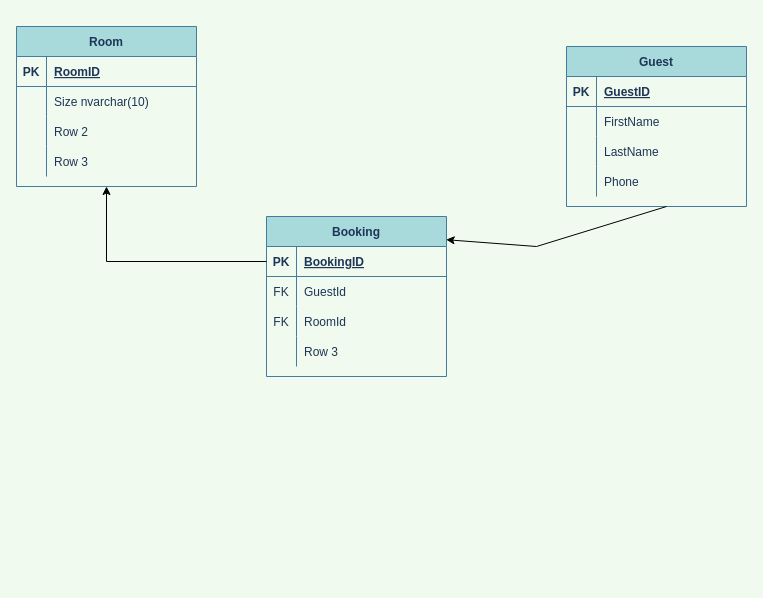
The draw.io diagram Extra files/HotellModellering.drawio in Malinwtz/HotelBooking, before the edit. Source tidied: cells renumbered, new cells numbered last; positions are measured from the earlier drawing's top-left corner, leaving out a move shared by most shapes. Both pictures are drawn from the tidied source at 100%, with x=0, y=0 at pixel (16, 26).
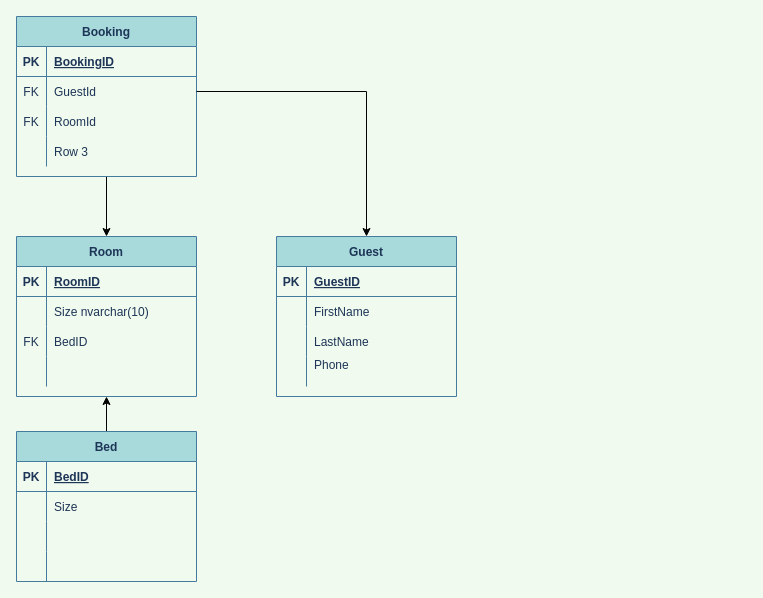
The same page after the edit.

The change refers to these unchanged cells:
```xml
<mxCell id="9" style="shape=tableRow;horizontal=0;startSize=0;swimlaneHead=0;swimlaneBody=0;fillColor=none;top=0;left=0;right=0;bottom=0;fontColor=#1D3557;strokeColor=#457B9D;" parent="2" vertex="1">
  <mxGeometry y="90" width="180" height="30" as="geometry" />
</mxCell>
<mxCell id="12" style="shape=tableRow;horizontal=0;startSize=0;swimlaneHead=0;swimlaneBody=0;fillColor=none;top=0;left=0;right=0;bottom=0;fontColor=#1D3557;strokeColor=#457B9D;" parent="2" vertex="1">
  <mxGeometry y="120" width="180" height="30" as="geometry" />
</mxCell>
<mxCell id="25" style="shape=tableRow;horizontal=0;startSize=0;swimlaneHead=0;swimlaneBody=0;fillColor=none;top=0;left=0;right=0;bottom=0;fontColor=#1D3557;strokeColor=#457B9D;" parent="15" vertex="1">
  <mxGeometry y="120" width="180" height="30" as="geometry" />
</mxCell>
<mxCell id="29" style="shape=tableRow;horizontal=0;startSize=0;swimlaneHead=0;swimlaneBody=0;fillColor=none;points=[[0,0.5],[1,0.5]];portConstraint=eastwest;top=0;left=0;right=0;bottom=1;fontColor=#1D3557;strokeColor=#457B9D;" parent="28" vertex="1">
  <mxGeometry y="30" width="180" height="30" as="geometry" />
</mxCell>
<mxCell id="32" style="shape=tableRow;horizontal=0;startSize=0;swimlaneHead=0;swimlaneBody=0;fillColor=none;points=[[0,0.5],[1,0.5]];portConstraint=eastwest;top=0;left=0;right=0;bottom=0;fontColor=#1D3557;strokeColor=#457B9D;" parent="28" vertex="1">
  <mxGeometry y="60" width="180" height="30" as="geometry" />
</mxCell>
```

What changed in the source:
```diff
@@
     <mxCell id="2" value="Room" style="shape=table;startSize=30;childLayout=tableLayout;rowLines=0;fontStyle=1;align=center;fontColor=#1D3557;strokeColor=#457B9D;fillColor=#A8DADC;" parent="1" vertex="1">
-      <mxGeometry width="180" height="160" as="geometry" />
+      <mxGeometry y="210" width="180" height="160" as="geometry" />
     </mxCell>
@@
-    <mxCell id="10" style="shape=partialRectangle;fillColor=none;top=0;left=0;bottom=0;right=0;overflow=hidden;fontColor=#1D3557;strokeColor=#457B9D;" parent="9" vertex="1">
+    <mxCell id="10" value="FK" style="shape=partialRectangle;fillColor=none;top=0;left=0;bottom=0;right=0;overflow=hidden;fontColor=#1D3557;strokeColor=#457B9D;" parent="9" vertex="1">
       <mxGeometry width="30" height="30" as="geometry" />
     </mxCell>
-    <mxCell id="11" value="Row 2" style="shape=partialRectangle;fillColor=none;top=0;left=0;bottom=0;right=0;align=left;spacingLeft=6;overflow=hidden;fontColor=#1D3557;strokeColor=#457B9D;" parent="9" vertex="1">
+    <mxCell id="11" value="BedID" style="shape=partialRectangle;fillColor=none;top=0;left=0;bottom=0;right=0;align=left;spacingLeft=6;overflow=hidden;fontColor=#1D3557;strokeColor=#457B9D;" parent="9" vertex="1">
       <mxGeometry x="30" width="150" height="30" as="geometry" />
     </mxCell>
@@
-    <mxCell id="14" value="Row 3" style="shape=partialRectangle;fillColor=none;top=0;left=0;bottom=0;right=0;align=left;spacingLeft=6;overflow=hidden;fontColor=#1D3557;strokeColor=#457B9D;" parent="12" vertex="1">
+    <mxCell id="14" style="shape=partialRectangle;fillColor=none;top=0;left=0;bottom=0;right=0;align=left;spacingLeft=6;overflow=hidden;fontColor=#1D3557;strokeColor=#457B9D;" parent="12" vertex="1">
       <mxGeometry x="30" width="150" height="30" as="geometry" />
     </mxCell>
     <mxCell id="15" value="Guest" style="shape=table;startSize=30;childLayout=tableLayout;rowLines=0;fontStyle=1;align=center;fontColor=#1D3557;strokeColor=#457B9D;fillColor=#A8DADC;" parent="1" vertex="1">
-      <mxGeometry x="550" y="20" width="180" height="160" as="geometry" />
+      <mxGeometry x="260" y="210" width="180" height="160" as="geometry" />
     </mxCell>
@@
-    <mxCell id="27" value="Phone" style="shape=partialRectangle;fillColor=none;top=0;left=0;bottom=0;right=0;align=left;spacingLeft=6;overflow=hidden;fontColor=#1D3557;strokeColor=#457B9D;" parent="25" vertex="1">
+    <mxCell id="27" value="Phone&#10;" style="shape=partialRectangle;fillColor=none;top=0;left=0;bottom=0;right=0;align=left;spacingLeft=6;overflow=hidden;fontColor=#1D3557;strokeColor=#457B9D;" parent="25" vertex="1">
       <mxGeometry x="30" width="150" height="30" as="geometry" />
     </mxCell>
+    <mxCell id="43" style="edgeStyle=orthogonalEdgeStyle;rounded=0;jettySize=auto;html=1;entryX=0.5;entryY=0;entryDx=0;entryDy=0;" parent="1" edge="1" source="28" target="2">
+      <mxGeometry relative="1" as="geometry" />
+    </mxCell>
     <mxCell id="28" value="Booking" style="shape=table;startSize=30;childLayout=tableLayout;rowLines=0;fontStyle=1;align=center;fontColor=#1D3557;strokeColor=#457B9D;fillColor=#A8DADC;" parent="1" vertex="1">
-      <mxGeometry x="250" y="190" width="180" height="160" as="geometry" />
+      <mxGeometry y="-10" width="180" height="160" as="geometry" />
     </mxCell>
@@
-    <mxCell id="41" style="edgeStyle=orthogonalEdgeStyle;rounded=0;jettySize=auto;html=1;entryX=0.5;entryY=1;entryDx=0;entryDy=0;" parent="1" edge="1" source="29" target="2">
-      <mxGeometry relative="1" as="geometry" />
-    </mxCell>
-    <mxCell id="42" style="endArrow=classic;html=1;rounded=0;entryX=0.998;entryY=0.145;entryDx=0;entryDy=0;entryPerimeter=0;" parent="1" edge="1" target="28">
-      <mxGeometry relative="1" as="geometry">
-        <mxPoint x="650" y="180" as="sourcePoint" />
-        <Array as="points">
-          <mxPoint x="520" y="220" />
-        </Array>
-      </mxGeometry>
-    </mxCell>
+    <mxCell id="44" style="edgeStyle=orthogonalEdgeStyle;rounded=0;jettySize=auto;html=1;entryX=0.5;entryY=1;entryDx=0;entryDy=0;" parent="1" edge="1" source="45" target="2">
+      <mxGeometry relative="1" as="geometry" />
+    </mxCell>
+    <mxCell id="45" value="Bed" style="shape=table;startSize=30;childLayout=tableLayout;rowLines=0;fontStyle=1;align=center;fontColor=#1D3557;strokeColor=#457B9D;fillColor=#A8DADC;" parent="1" vertex="1">
+      <mxGeometry y="405" width="180" height="150" as="geometry" />
+    </mxCell>
+    <mxCell id="46" style="shape=tableRow;horizontal=0;startSize=0;swimlaneHead=0;swimlaneBody=0;fillColor=none;top=0;left=0;right=0;bottom=1;fontColor=#1D3557;strokeColor=#457B9D;" parent="45" vertex="1">
+      <mxGeometry y="30" width="180" height="30" as="geometry" />
+    </mxCell>
+    <mxCell id="47" value="PK" style="shape=partialRectangle;fillColor=none;top=0;left=0;bottom=0;right=0;fontStyle=1;overflow=hidden;fontColor=#1D3557;strokeColor=#457B9D;" parent="46" vertex="1">
+      <mxGeometry width="30" height="30" as="geometry" />
+    </mxCell>
+    <mxCell id="48" value="BedID" style="shape=partialRectangle;fillColor=none;top=0;left=0;bottom=0;right=0;align=left;spacingLeft=6;fontStyle=5;overflow=hidden;fontColor=#1D3557;strokeColor=#457B9D;" parent="46" vertex="1">
+      <mxGeometry x="30" width="150" height="30" as="geometry" />
+    </mxCell>
+    <mxCell id="49" style="shape=tableRow;horizontal=0;startSize=0;swimlaneHead=0;swimlaneBody=0;fillColor=none;top=0;left=0;right=0;bottom=0;fontColor=#1D3557;strokeColor=#457B9D;" parent="45" vertex="1">
+      <mxGeometry y="60" width="180" height="30" as="geometry" />
+    </mxCell>
+    <mxCell id="50" style="shape=partialRectangle;fillColor=none;top=0;left=0;bottom=0;right=0;overflow=hidden;fontColor=#1D3557;strokeColor=#457B9D;" parent="49" vertex="1">
+      <mxGeometry width="30" height="30" as="geometry" />
+    </mxCell>
+    <mxCell id="51" value="Size" style="shape=partialRectangle;fillColor=none;top=0;left=0;bottom=0;right=0;align=left;spacingLeft=6;overflow=hidden;fontColor=#1D3557;strokeColor=#457B9D;" parent="49" vertex="1">
+      <mxGeometry x="30" width="150" height="30" as="geometry" />
+    </mxCell>
+    <mxCell id="52" style="shape=tableRow;horizontal=0;startSize=0;swimlaneHead=0;swimlaneBody=0;fillColor=none;top=0;left=0;right=0;bottom=0;fontColor=#1D3557;strokeColor=#457B9D;" parent="45" vertex="1">
+      <mxGeometry y="90" width="180" height="30" as="geometry" />
+    </mxCell>
+    <mxCell id="53" style="shape=partialRectangle;fillColor=none;top=0;left=0;bottom=0;right=0;overflow=hidden;fontColor=#1D3557;strokeColor=#457B9D;" parent="52" vertex="1">
+      <mxGeometry width="30" height="30" as="geometry" />
+    </mxCell>
+    <mxCell id="54" style="shape=partialRectangle;fillColor=none;top=0;left=0;bottom=0;right=0;align=left;spacingLeft=6;overflow=hidden;fontColor=#1D3557;strokeColor=#457B9D;" parent="52" vertex="1">
+      <mxGeometry x="30" width="150" height="30" as="geometry" />
+    </mxCell>
+    <mxCell id="55" style="shape=tableRow;horizontal=0;startSize=0;swimlaneHead=0;swimlaneBody=0;fillColor=none;top=0;left=0;right=0;bottom=0;fontColor=#1D3557;strokeColor=#457B9D;" parent="45" vertex="1">
+      <mxGeometry y="120" width="180" height="30" as="geometry" />
+    </mxCell>
+    <mxCell id="56" style="shape=partialRectangle;fillColor=none;top=0;left=0;bottom=0;right=0;overflow=hidden;fontColor=#1D3557;strokeColor=#457B9D;" parent="55" vertex="1">
+      <mxGeometry width="30" height="30" as="geometry" />
+    </mxCell>
+    <mxCell id="57" style="shape=partialRectangle;fillColor=none;top=0;left=0;bottom=0;right=0;align=left;spacingLeft=6;overflow=hidden;fontColor=#1D3557;strokeColor=#457B9D;" parent="55" vertex="1">
+      <mxGeometry x="30" width="150" height="30" as="geometry" />
+    </mxCell>
+    <mxCell id="58" style="edgeStyle=orthogonalEdgeStyle;rounded=0;jettySize=auto;html=1;entryX=0.5;entryY=0;entryDx=0;entryDy=0;" parent="1" edge="1" source="32" target="15">
+      <mxGeometry relative="1" as="geometry" />
+    </mxCell>
```
